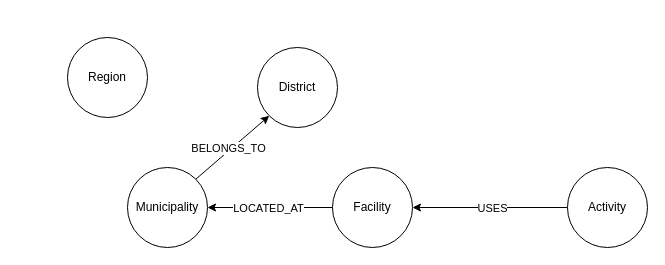
The draw.io diagram proj3/neo4j/schemas.drawio in Jumaruba/TBDA, before the edit. Source tidied: cells renumbered, new cells numbered last; positions are measured from the earlier drawing's top-left corner, leaving out a move shared by most shapes. Both pictures are drawn from the tidied source at 100%, with x=0, y=0 at pixel (67, 37).
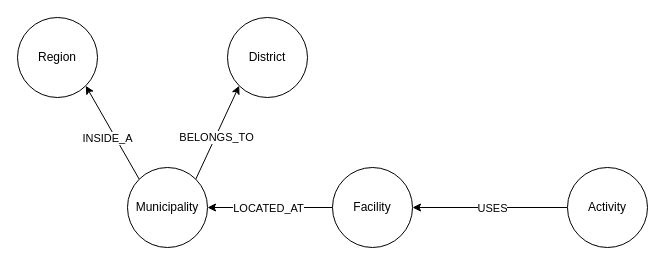
The same diagram, later.

The edit, as a diff of the source:
```diff
@@
 <mxGraphModel>
   <root>
     <mxCell id="0" />
     <mxCell id="1" parent="0" />
     <mxCell id="2" value="Facility" style="ellipse;whiteSpace=wrap;html=1;" parent="1" vertex="1">
       <mxGeometry x="265" y="130" width="80" height="80" as="geometry" />
     </mxCell>
     <mxCell id="3" style="edgeStyle=none;html=1;exitX=1;exitY=0;exitDx=0;exitDy=0;entryX=0;entryY=1;entryDx=0;entryDy=0;" parent="1" edge="1" source="5" target="11">
       <mxGeometry relative="1" as="geometry" />
     </mxCell>
     <mxCell id="4" value="BELONGS_TO" style="edgeLabel;html=1;align=center;verticalAlign=middle;" parent="3" vertex="1">
       <mxGeometry x="-0.28" y="1" relative="1" as="geometry">
         <mxPoint x="6" y="-8" as="offset" />
       </mxGeometry>
     </mxCell>
+    <mxCell id="13" style="edgeStyle=none;html=1;exitX=0;exitY=0;exitDx=0;exitDy=0;entryX=1;entryY=1;entryDx=0;entryDy=0;" parent="1" edge="1" source="5" target="12">
+      <mxGeometry relative="1" as="geometry" />
+    </mxCell>
+    <mxCell id="14" value="INSIDE_A" style="edgeLabel;html=1;align=center;verticalAlign=middle;" parent="13" vertex="1">
+      <mxGeometry x="0.41" y="-3" relative="1" as="geometry">
+        <mxPoint x="3" y="26" as="offset" />
+      </mxGeometry>
+    </mxCell>
     <mxCell id="5" value="Municipality" style="ellipse;whiteSpace=wrap;html=1;" parent="1" vertex="1">
       <mxGeometry x="60" y="130" width="80" height="80" as="geometry" />
     </mxCell>
     <mxCell id="6" style="endArrow=classic;html=1;entryX=1;entryY=0.5;entryDx=0;entryDy=0;exitX=0;exitY=0.5;exitDx=0;exitDy=0;" parent="1" edge="1" source="2" target="5">
       <mxGeometry relative="1" as="geometry" />
     </mxCell>
     <mxCell id="7" value="LOCATED_AT" style="edgeLabel;html=1;align=center;verticalAlign=middle;" parent="6" vertex="1">
       <mxGeometry x="0.28" y="1" relative="1" as="geometry">
         <mxPoint x="15" y="-1" as="offset" />
       </mxGeometry>
     </mxCell>
     <mxCell id="8" style="edgeStyle=none;html=1;entryX=1;entryY=0.5;entryDx=0;entryDy=0;" parent="1" edge="1" source="10" target="2">
       <mxGeometry relative="1" as="geometry" />
     </mxCell>
     <mxCell id="9" value="USES" style="edgeLabel;html=1;align=center;verticalAlign=middle;" parent="8" vertex="1">
       <mxGeometry x="0.36" y="-1" relative="1" as="geometry">
         <mxPoint x="29" y="1" as="offset" />
       </mxGeometry>
     </mxCell>
     <mxCell id="10" value="Activity" style="ellipse;whiteSpace=wrap;html=1;" parent="1" vertex="1">
       <mxGeometry x="500" y="130" width="80" height="80" as="geometry" />
     </mxCell>
     <mxCell id="11" value="District" style="ellipse;whiteSpace=wrap;html=1;" parent="1" vertex="1">
-      <mxGeometry x="190" y="10" width="80" height="80" as="geometry" />
+      <mxGeometry x="160" y="-20" width="80" height="80" as="geometry" />
     </mxCell>
     <mxCell id="12" value="Region" style="ellipse;whiteSpace=wrap;html=1;" parent="1" vertex="1">
-      <mxGeometry width="80" height="80" as="geometry" />
+      <mxGeometry x="-50" y="-20" width="80" height="80" as="geometry" />
     </mxCell>
   </root>
 </mxGraphModel>
```
